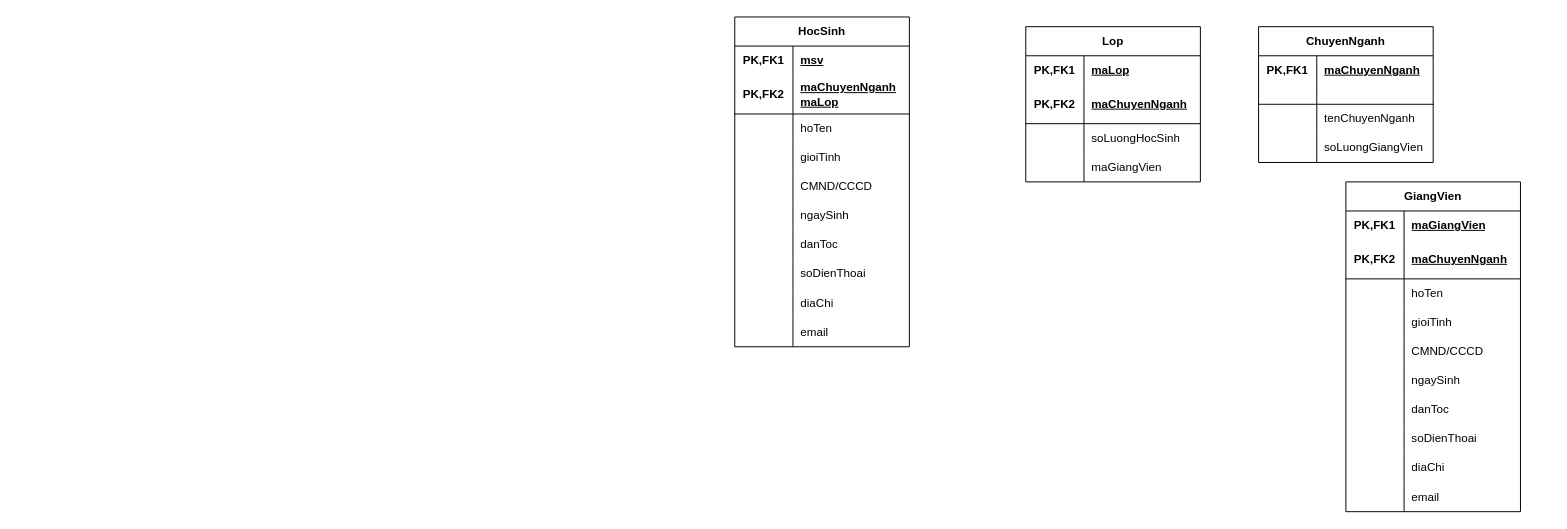
Earlier version of the draw.io diagram SoTaySV.drawio (minhanh9422/SoTaySV_UAD). Source tidied: cells renumbered, new cells numbered last; positions are measured from the earlier drawing's top-left corner, leaving out a move shared by most shapes. Both pictures are drawn from the tidied source at 97%, with x=0, y=0 at pixel (734, 16).
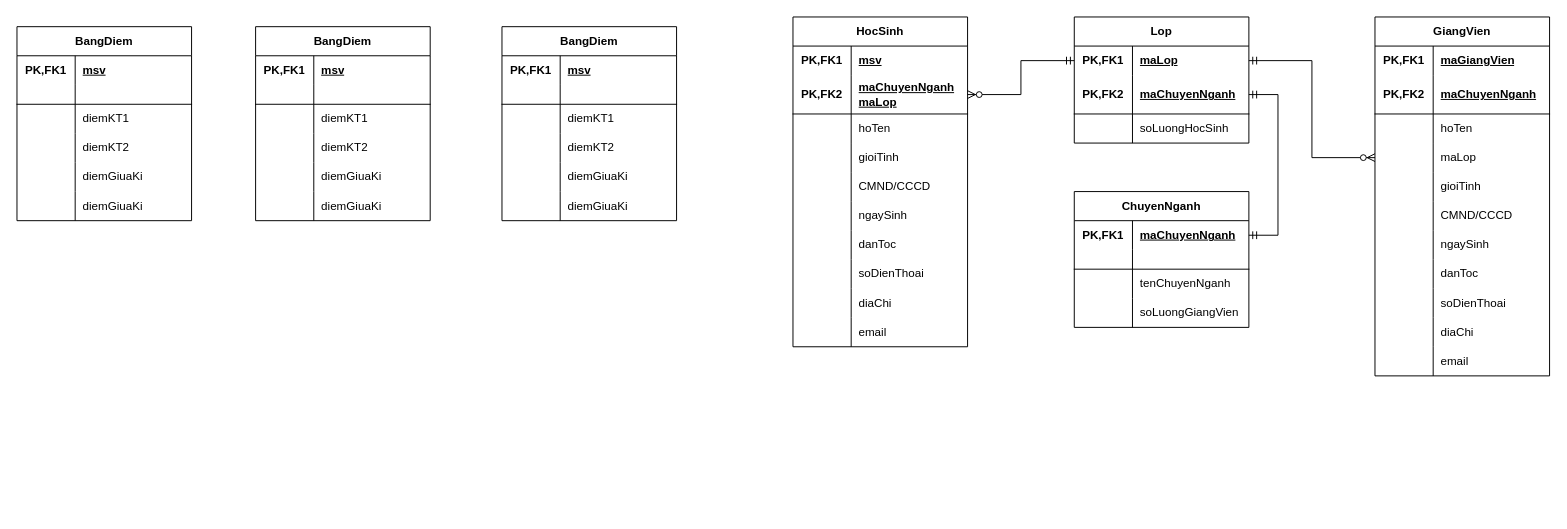
Above is the later version.

Unchanged cells that the change refers to:
```xml
<mxCell id="6" style="shape=tableRow;horizontal=0;startSize=0;swimlaneHead=0;swimlaneBody=0;fillColor=none;points=[[0,0.5],[1,0.5]];portConstraint=eastwest;top=0;left=0;right=0;bottom=1;html=1;" parent="2" vertex="1">
  <mxGeometry y="60" width="180" height="40" as="geometry" />
</mxCell>
<mxCell id="34" style="shape=tableRow;horizontal=0;startSize=0;swimlaneHead=0;swimlaneBody=0;fillColor=none;points=[[0,0.5],[1,0.5]];portConstraint=eastwest;top=0;left=0;right=0;bottom=0;html=1;" parent="33" vertex="1">
  <mxGeometry y="30" width="180" height="30" as="geometry" />
</mxCell>
<mxCell id="37" style="shape=tableRow;horizontal=0;startSize=0;swimlaneHead=0;swimlaneBody=0;fillColor=none;points=[[0,0.5],[1,0.5]];portConstraint=eastwest;top=0;left=0;right=0;bottom=1;html=1;" parent="33" vertex="1">
  <mxGeometry y="60" width="180" height="40" as="geometry" />
</mxCell>
<mxCell id="47" style="shape=tableRow;horizontal=0;startSize=0;swimlaneHead=0;swimlaneBody=0;fillColor=none;points=[[0,0.5],[1,0.5]];portConstraint=eastwest;top=0;left=0;right=0;bottom=0;html=1;" parent="46" vertex="1">
  <mxGeometry y="30" width="180" height="30" as="geometry" />
</mxCell>
```

The edit, as a diff of the source:
```diff
@@
     <mxCell id="2" value="HocSinh" style="shape=table;startSize=30;childLayout=tableLayout;rowLines=0;fontStyle=1;align=center;html=1;whiteSpace=wrap;" parent="1" vertex="1">
-      <mxGeometry width="180" height="340" as="geometry" />
+      <mxGeometry x="60" width="180" height="340" as="geometry" />
     </mxCell>
@@
     <mxCell id="33" value="Lop" style="shape=table;startSize=30;childLayout=tableLayout;rowLines=0;fontStyle=1;align=center;html=1;whiteSpace=wrap;" parent="1" vertex="1">
-      <mxGeometry x="300" y="10" width="180" height="160" as="geometry" />
+      <mxGeometry x="350" width="180" height="130" as="geometry" />
     </mxCell>
@@
-    <mxCell id="43" style="shape=tableRow;horizontal=0;startSize=0;swimlaneHead=0;swimlaneBody=0;fillColor=none;points=[[0,0.5],[1,0.5]];portConstraint=eastwest;top=0;left=0;right=0;bottom=0;html=1;" parent="33" vertex="1">
-      <mxGeometry y="130" width="180" height="30" as="geometry" />
-    </mxCell>
-    <mxCell id="44" style="shape=partialRectangle;fillColor=none;top=0;left=0;bottom=0;right=0;overflow=hidden;html=1;whiteSpace=wrap;" parent="43" vertex="1">
-      <mxGeometry width="60" height="30" as="geometry" />
-    </mxCell>
-    <mxCell id="45" value="&lt;span style=&quot;text-wrap-mode: nowrap;&quot;&gt;maGiangVien&lt;/span&gt;" style="shape=partialRectangle;fillColor=none;top=0;left=0;bottom=0;right=0;align=left;spacingLeft=6;overflow=hidden;html=1;whiteSpace=wrap;" parent="43" vertex="1">
-      <mxGeometry x="60" width="120" height="30" as="geometry" />
-    </mxCell>
     <mxCell id="46" value="ChuyenNganh" style="shape=table;startSize=30;childLayout=tableLayout;rowLines=0;fontStyle=1;align=center;html=1;whiteSpace=wrap;" parent="1" vertex="1">
-      <mxGeometry x="540" y="10" width="180" height="140" as="geometry" />
+      <mxGeometry x="350" y="180" width="180" height="140" as="geometry" />
     </mxCell>
@@
     <mxCell id="59" value="GiangVien" style="shape=table;startSize=30;childLayout=tableLayout;rowLines=0;fontStyle=1;align=center;html=1;whiteSpace=wrap;" parent="1" vertex="1">
-      <mxGeometry x="630" y="170" width="180" height="340" as="geometry" />
+      <mxGeometry x="660" width="180" height="370" as="geometry" />
     </mxCell>
@@
+    <mxCell id="43" style="shape=tableRow;horizontal=0;startSize=0;swimlaneHead=0;swimlaneBody=0;fillColor=none;points=[[0,0.5],[1,0.5]];portConstraint=eastwest;top=0;left=0;right=0;bottom=0;html=1;" parent="59" vertex="1">
+      <mxGeometry y="130" width="180" height="30" as="geometry" />
+    </mxCell>
+    <mxCell id="90" style="shape=partialRectangle;fillColor=none;top=0;left=0;bottom=0;right=0;overflow=hidden;html=1;whiteSpace=wrap;" parent="43" vertex="1">
+      <mxGeometry width="60" height="30" as="geometry" />
+    </mxCell>
+    <mxCell id="91" value="&lt;span style=&quot;text-wrap-mode: nowrap;&quot;&gt;maLop&lt;/span&gt;" style="shape=partialRectangle;fillColor=none;top=0;left=0;bottom=0;right=0;align=left;spacingLeft=6;overflow=hidden;html=1;whiteSpace=wrap;" parent="43" vertex="1">
+      <mxGeometry x="60" width="120" height="30" as="geometry" />
+    </mxCell>
     <mxCell id="69" style="shape=tableRow;horizontal=0;startSize=0;swimlaneHead=0;swimlaneBody=0;fillColor=none;top=0;left=0;right=0;bottom=0;html=1;" parent="59" vertex="1">
-      <mxGeometry y="130" width="180" height="30" as="geometry" />
+      <mxGeometry y="160" width="180" height="30" as="geometry" />
     </mxCell>
@@
     <mxCell id="72" style="shape=tableRow;horizontal=0;startSize=0;swimlaneHead=0;swimlaneBody=0;fillColor=none;top=0;left=0;right=0;bottom=0;html=1;" parent="59" vertex="1">
-      <mxGeometry y="160" width="180" height="30" as="geometry" />
+      <mxGeometry y="190" width="180" height="30" as="geometry" />
     </mxCell>
@@
     <mxCell id="75" style="shape=tableRow;horizontal=0;startSize=0;swimlaneHead=0;swimlaneBody=0;fillColor=none;top=0;left=0;right=0;bottom=0;html=1;" parent="59" vertex="1">
-      <mxGeometry y="190" width="180" height="30" as="geometry" />
+      <mxGeometry y="220" width="180" height="30" as="geometry" />
     </mxCell>
@@
     <mxCell id="78" style="shape=tableRow;horizontal=0;startSize=0;swimlaneHead=0;swimlaneBody=0;fillColor=none;top=0;left=0;right=0;bottom=0;html=1;" parent="59" vertex="1">
-      <mxGeometry y="220" width="180" height="30" as="geometry" />
+      <mxGeometry y="250" width="180" height="30" as="geometry" />
     </mxCell>
@@
     <mxCell id="81" style="shape=tableRow;horizontal=0;startSize=0;swimlaneHead=0;swimlaneBody=0;fillColor=none;top=0;left=0;right=0;bottom=0;html=1;" parent="59" vertex="1">
-      <mxGeometry y="250" width="180" height="30" as="geometry" />
+      <mxGeometry y="280" width="180" height="30" as="geometry" />
     </mxCell>
@@
     <mxCell id="84" style="shape=tableRow;horizontal=0;startSize=0;swimlaneHead=0;swimlaneBody=0;fillColor=none;top=0;left=0;right=0;bottom=0;html=1;" parent="59" vertex="1">
-      <mxGeometry y="280" width="180" height="30" as="geometry" />
+      <mxGeometry y="310" width="180" height="30" as="geometry" />
     </mxCell>
@@
     <mxCell id="87" style="shape=tableRow;horizontal=0;startSize=0;swimlaneHead=0;swimlaneBody=0;fillColor=none;top=0;left=0;right=0;bottom=0;html=1;" parent="59" vertex="1">
-      <mxGeometry y="310" width="180" height="30" as="geometry" />
+      <mxGeometry y="340" width="180" height="30" as="geometry" />
     </mxCell>
@@
+    <mxCell id="92" style="edgeStyle=orthogonalEdgeStyle;fontSize=12;html=1;endArrow=ERzeroToMany;startArrow=ERmandOne;rounded=0;" parent="1" edge="1" source="34" target="43">
+      <mxGeometry relative="1" as="geometry" />
+    </mxCell>
+    <mxCell id="93" style="edgeStyle=orthogonalEdgeStyle;fontSize=12;html=1;endArrow=ERzeroToMany;startArrow=ERmandOne;rounded=0;exitX=0;exitY=0.5;exitDx=0;exitDy=0;" parent="1" edge="1" source="34" target="6">
+      <mxGeometry relative="1" as="geometry" />
+    </mxCell>
+    <mxCell id="94" style="edgeStyle=entityRelationEdgeStyle;fontSize=12;html=1;endArrow=ERmandOne;startArrow=ERmandOne;rounded=0;exitX=1;exitY=0.5;exitDx=0;exitDy=0;entryX=1;entryY=0.5;entryDx=0;entryDy=0;" parent="1" edge="1" source="37" target="47">
+      <mxGeometry relative="1" as="geometry" />
+    </mxCell>
+    <mxCell id="95" value="BangDiem" style="shape=table;startSize=30;childLayout=tableLayout;rowLines=0;fontStyle=1;align=center;html=1;whiteSpace=wrap;" parent="1" vertex="1">
+      <mxGeometry x="-240" y="10" width="180" height="200" as="geometry" />
+    </mxCell>
+    <mxCell id="96" style="shape=tableRow;horizontal=0;startSize=0;swimlaneHead=0;swimlaneBody=0;fillColor=none;top=0;left=0;right=0;bottom=0;html=1;" parent="95" vertex="1">
+      <mxGeometry y="30" width="180" height="30" as="geometry" />
+    </mxCell>
+    <mxCell id="97" value="PK,FK1" style="shape=partialRectangle;fillColor=none;top=0;left=0;bottom=0;right=0;fontStyle=1;overflow=hidden;html=1;whiteSpace=wrap;" parent="96" vertex="1">
+      <mxGeometry width="60" height="30" as="geometry" />
+    </mxCell>
+    <mxCell id="98" value="msv" style="shape=partialRectangle;fillColor=none;top=0;left=0;bottom=0;right=0;align=left;spacingLeft=6;fontStyle=5;overflow=hidden;html=1;whiteSpace=wrap;" parent="96" vertex="1">
+      <mxGeometry x="60" width="120" height="30" as="geometry" />
+    </mxCell>
+    <mxCell id="99" style="shape=tableRow;horizontal=0;startSize=0;swimlaneHead=0;swimlaneBody=0;fillColor=none;top=0;left=0;right=0;bottom=1;html=1;" parent="95" vertex="1">
+      <mxGeometry y="60" width="180" height="20" as="geometry" />
+    </mxCell>
+    <mxCell id="100" style="shape=partialRectangle;fillColor=none;top=0;left=0;bottom=0;right=0;fontStyle=1;overflow=hidden;html=1;whiteSpace=wrap;" parent="99" vertex="1">
+      <mxGeometry width="60" height="20" as="geometry" />
+    </mxCell>
+    <mxCell id="101" style="shape=partialRectangle;fillColor=none;top=0;left=0;bottom=0;right=0;align=left;spacingLeft=6;fontStyle=5;overflow=hidden;html=1;whiteSpace=wrap;" parent="99" vertex="1">
+      <mxGeometry x="60" width="120" height="20" as="geometry" />
+    </mxCell>
+    <mxCell id="102" style="shape=tableRow;horizontal=0;startSize=0;swimlaneHead=0;swimlaneBody=0;fillColor=none;top=0;left=0;right=0;bottom=0;html=1;" parent="95" vertex="1">
+      <mxGeometry y="80" width="180" height="30" as="geometry" />
+    </mxCell>
+    <mxCell id="103" style="shape=partialRectangle;fillColor=none;top=0;left=0;bottom=0;right=0;overflow=hidden;html=1;whiteSpace=wrap;" parent="102" vertex="1">
+      <mxGeometry width="60" height="30" as="geometry" />
+    </mxCell>
+    <mxCell id="104" value="&lt;span style=&quot;text-wrap-mode: nowrap;&quot;&gt;diemKT1&lt;/span&gt;" style="shape=partialRectangle;fillColor=none;top=0;left=0;bottom=0;right=0;align=left;spacingLeft=6;overflow=hidden;html=1;whiteSpace=wrap;" parent="102" vertex="1">
+      <mxGeometry x="60" width="120" height="30" as="geometry" />
+    </mxCell>
+    <mxCell id="105" style="shape=tableRow;horizontal=0;startSize=0;swimlaneHead=0;swimlaneBody=0;fillColor=none;top=0;left=0;right=0;bottom=0;html=1;" parent="95" vertex="1">
+      <mxGeometry y="110" width="180" height="30" as="geometry" />
+    </mxCell>
+    <mxCell id="106" style="shape=partialRectangle;fillColor=none;top=0;left=0;bottom=0;right=0;overflow=hidden;html=1;whiteSpace=wrap;" parent="105" vertex="1">
+      <mxGeometry width="60" height="30" as="geometry" />
+    </mxCell>
+    <mxCell id="107" value="&lt;span style=&quot;text-wrap-mode: nowrap;&quot;&gt;diemKT2&lt;/span&gt;" style="shape=partialRectangle;fillColor=none;top=0;left=0;bottom=0;right=0;align=left;spacingLeft=6;overflow=hidden;html=1;whiteSpace=wrap;" parent="105" vertex="1">
+      <mxGeometry x="60" width="120" height="30" as="geometry" />
+    </mxCell>
+    <mxCell id="108" style="shape=tableRow;horizontal=0;startSize=0;swimlaneHead=0;swimlaneBody=0;fillColor=none;top=0;left=0;right=0;bottom=0;html=1;" parent="95" vertex="1">
+      <mxGeometry y="140" width="180" height="30" as="geometry" />
+    </mxCell>
+    <mxCell id="109" style="shape=partialRectangle;fillColor=none;top=0;left=0;bottom=0;right=0;overflow=hidden;html=1;whiteSpace=wrap;" parent="108" vertex="1">
+      <mxGeometry width="60" height="30" as="geometry" />
+    </mxCell>
+    <mxCell id="110" value="&lt;span style=&quot;text-wrap-mode: nowrap;&quot;&gt;diemGiuaKi&lt;/span&gt;" style="shape=partialRectangle;fillColor=none;top=0;left=0;bottom=0;right=0;align=left;spacingLeft=6;overflow=hidden;html=1;whiteSpace=wrap;" parent="108" vertex="1">
+      <mxGeometry x="60" width="120" height="30" as="geometry" />
+    </mxCell>
+    <mxCell id="111" style="shape=tableRow;horizontal=0;startSize=0;swimlaneHead=0;swimlaneBody=0;fillColor=none;top=0;left=0;right=0;bottom=0;html=1;" parent="95" vertex="1">
+      <mxGeometry y="170" width="180" height="30" as="geometry" />
+    </mxCell>
+    <mxCell id="112" style="shape=partialRectangle;fillColor=none;top=0;left=0;bottom=0;right=0;overflow=hidden;html=1;whiteSpace=wrap;" parent="111" vertex="1">
+      <mxGeometry width="60" height="30" as="geometry" />
+    </mxCell>
+    <mxCell id="113" value="&lt;span style=&quot;text-wrap-mode: nowrap;&quot;&gt;diemGiuaKi&lt;/span&gt;" style="shape=partialRectangle;fillColor=none;top=0;left=0;bottom=0;right=0;align=left;spacingLeft=6;overflow=hidden;html=1;whiteSpace=wrap;" parent="111" vertex="1">
+      <mxGeometry x="60" width="120" height="30" as="geometry" />
+    </mxCell>
+    <mxCell id="114" value="BangDiem" style="shape=table;startSize=30;childLayout=tableLayout;rowLines=0;fontStyle=1;align=center;html=1;whiteSpace=wrap;" parent="1" vertex="1">
+      <mxGeometry x="-494" y="10" width="180" height="200" as="geometry" />
+    </mxCell>
+    <mxCell id="115" style="shape=tableRow;horizontal=0;startSize=0;swimlaneHead=0;swimlaneBody=0;fillColor=none;top=0;left=0;right=0;bottom=0;html=1;" parent="114" vertex="1">
+      <mxGeometry y="30" width="180" height="30" as="geometry" />
+    </mxCell>
+    <mxCell id="116" value="PK,FK1" style="shape=partialRectangle;fillColor=none;top=0;left=0;bottom=0;right=0;fontStyle=1;overflow=hidden;html=1;whiteSpace=wrap;" parent="115" vertex="1">
+      <mxGeometry width="60" height="30" as="geometry" />
+    </mxCell>
+    <mxCell id="117" value="msv" style="shape=partialRectangle;fillColor=none;top=0;left=0;bottom=0;right=0;align=left;spacingLeft=6;fontStyle=5;overflow=hidden;html=1;whiteSpace=wrap;" parent="115" vertex="1">
+      <mxGeometry x="60" width="120" height="30" as="geometry" />
+    </mxCell>
+    <mxCell id="118" style="shape=tableRow;horizontal=0;startSize=0;swimlaneHead=0;swimlaneBody=0;fillColor=none;top=0;left=0;right=0;bottom=1;html=1;" parent="114" vertex="1">
+      <mxGeometry y="60" width="180" height="20" as="geometry" />
+    </mxCell>
+    <mxCell id="119" style="shape=partialRectangle;fillColor=none;top=0;left=0;bottom=0;right=0;fontStyle=1;overflow=hidden;html=1;whiteSpace=wrap;" parent="118" vertex="1">
+      <mxGeometry width="60" height="20" as="geometry" />
+    </mxCell>
+    <mxCell id="120" style="shape=partialRectangle;fillColor=none;top=0;left=0;bottom=0;right=0;align=left;spacingLeft=6;fontStyle=5;overflow=hidden;html=1;whiteSpace=wrap;" parent="118" vertex="1">
+      <mxGeometry x="60" width="120" height="20" as="geometry" />
+    </mxCell>
+    <mxCell id="121" style="shape=tableRow;horizontal=0;startSize=0;swimlaneHead=0;swimlaneBody=0;fillColor=none;top=0;left=0;right=0;bottom=0;html=1;" parent="114" vertex="1">
+      <mxGeometry y="80" width="180" height="30" as="geometry" />
+    </mxCell>
+    <mxCell id="122" style="shape=partialRectangle;fillColor=none;top=0;left=0;bottom=0;right=0;overflow=hidden;html=1;whiteSpace=wrap;" parent="121" vertex="1">
+      <mxGeometry width="60" height="30" as="geometry" />
+    </mxCell>
+    <mxCell id="123" value="&lt;span style=&quot;text-wrap-mode: nowrap;&quot;&gt;diemKT1&lt;/span&gt;" style="shape=partialRectangle;fillColor=none;top=0;left=0;bottom=0;right=0;align=left;spacingLeft=6;overflow=hidden;html=1;whiteSpace=wrap;" parent="121" vertex="1">
+      <mxGeometry x="60" width="120" height="30" as="geometry" />
+    </mxCell>
+    <mxCell id="124" style="shape=tableRow;horizontal=0;startSize=0;swimlaneHead=0;swimlaneBody=0;fillColor=none;top=0;left=0;right=0;bottom=0;html=1;" parent="114" vertex="1">
+      <mxGeometry y="110" width="180" height="30" as="geometry" />
+    </mxCell>
+    <mxCell id="125" style="shape=partialRectangle;fillColor=none;top=0;left=0;bottom=0;right=0;overflow=hidden;html=1;whiteSpace=wrap;" parent="124" vertex="1">
+      <mxGeometry width="60" height="30" as="geometry" />
+    </mxCell>
+    <mxCell id="126" value="&lt;span style=&quot;text-wrap-mode: nowrap;&quot;&gt;diemKT2&lt;/span&gt;" style="shape=partialRectangle;fillColor=none;top=0;left=0;bottom=0;right=0;align=left;spacingLeft=6;overflow=hidden;html=1;whiteSpace=wrap;" parent="124" vertex="1">
+      <mxGeometry x="60" width="120" height="30" as="geometry" />
+    </mxCell>
+    <mxCell id="127" style="shape=tableRow;horizontal=0;startSize=0;swimlaneHead=0;swimlaneBody=0;fillColor=none;top=0;left=0;right=0;bottom=0;html=1;" parent="114" vertex="1">
+      <mxGeometry y="140" width="180" height="30" as="geometry" />
+    </mxCell>
+    <mxCell id="128" style="shape=partialRectangle;fillColor=none;top=0;left=0;bottom=0;right=0;overflow=hidden;html=1;whiteSpace=wrap;" parent="127" vertex="1">
+      <mxGeometry width="60" height="30" as="geometry" />
+    </mxCell>
+    <mxCell id="129" value="&lt;span style=&quot;text-wrap-mode: nowrap;&quot;&gt;diemGiuaKi&lt;/span&gt;" style="shape=partialRectangle;fillColor=none;top=0;left=0;bottom=0;right=0;align=left;spacingLeft=6;overflow=hidden;html=1;whiteSpace=wrap;" parent="127" vertex="1">
+      <mxGeometry x="60" width="120" height="30" as="geometry" />
+    </mxCell>
+    <mxCell id="130" style="shape=tableRow;horizontal=0;startSize=0;swimlaneHead=0;swimlaneBody=0;fillColor=none;top=0;left=0;right=0;bottom=0;html=1;" parent="114" vertex="1">
+      <mxGeometry y="170" width="180" height="30" as="geometry" />
+    </mxCell>
+    <mxCell id="131" style="shape=partialRectangle;fillColor=none;top=0;left=0;bottom=0;right=0;overflow=hidden;html=1;whiteSpace=wrap;" parent="130" vertex="1">
+      <mxGeometry width="60" height="30" as="geometry" />
+    </mxCell>
+    <mxCell id="132" value="&lt;span style=&quot;text-wrap-mode: nowrap;&quot;&gt;diemGiuaKi&lt;/span&gt;" style="shape=partialRectangle;fillColor=none;top=0;left=0;bottom=0;right=0;align=left;spacingLeft=6;overflow=hidden;html=1;whiteSpace=wrap;" parent="130" vertex="1">
+      <mxGeometry x="60" width="120" height="30" as="geometry" />
+    </mxCell>
+    <mxCell id="133" value="BangDiem" style="shape=table;startSize=30;childLayout=tableLayout;rowLines=0;fontStyle=1;align=center;html=1;whiteSpace=wrap;" parent="1" vertex="1">
+      <mxGeometry x="-740" y="10" width="180" height="200" as="geometry" />
+    </mxCell>
+    <mxCell id="134" style="shape=tableRow;horizontal=0;startSize=0;swimlaneHead=0;swimlaneBody=0;fillColor=none;top=0;left=0;right=0;bottom=0;html=1;" parent="133" vertex="1">
+      <mxGeometry y="30" width="180" height="30" as="geometry" />
+    </mxCell>
+    <mxCell id="135" value="PK,FK1" style="shape=partialRectangle;fillColor=none;top=0;left=0;bottom=0;right=0;fontStyle=1;overflow=hidden;html=1;whiteSpace=wrap;" parent="134" vertex="1">
+      <mxGeometry width="60" height="30" as="geometry" />
+    </mxCell>
+    <mxCell id="136" value="msv" style="shape=partialRectangle;fillColor=none;top=0;left=0;bottom=0;right=0;align=left;spacingLeft=6;fontStyle=5;overflow=hidden;html=1;whiteSpace=wrap;" parent="134" vertex="1">
+      <mxGeometry x="60" width="120" height="30" as="geometry" />
+    </mxCell>
+    <mxCell id="137" style="shape=tableRow;horizontal=0;startSize=0;swimlaneHead=0;swimlaneBody=0;fillColor=none;top=0;left=0;right=0;bottom=1;html=1;" parent="133" vertex="1">
+      <mxGeometry y="60" width="180" height="20" as="geometry" />
+    </mxCell>
+    <mxCell id="138" style="shape=partialRectangle;fillColor=none;top=0;left=0;bottom=0;right=0;fontStyle=1;overflow=hidden;html=1;whiteSpace=wrap;" parent="137" vertex="1">
+      <mxGeometry width="60" height="20" as="geometry" />
+    </mxCell>
+    <mxCell id="139" style="shape=partialRectangle;fillColor=none;top=0;left=0;bottom=0;right=0;align=left;spacingLeft=6;fontStyle=5;overflow=hidden;html=1;whiteSpace=wrap;" parent="137" vertex="1">
+      <mxGeometry x="60" width="120" height="20" as="geometry" />
+    </mxCell>
+    <mxCell id="140" style="shape=tableRow;horizontal=0;startSize=0;swimlaneHead=0;swimlaneBody=0;fillColor=none;top=0;left=0;right=0;bottom=0;html=1;" parent="133" vertex="1">
+      <mxGeometry y="80" width="180" height="30" as="geometry" />
+    </mxCell>
+    <mxCell id="141" style="shape=partialRectangle;fillColor=none;top=0;left=0;bottom=0;right=0;overflow=hidden;html=1;whiteSpace=wrap;" parent="140" vertex="1">
+      <mxGeometry width="60" height="30" as="geometry" />
+    </mxCell>
+    <mxCell id="142" value="&lt;span style=&quot;text-wrap-mode: nowrap;&quot;&gt;diemKT1&lt;/span&gt;" style="shape=partialRectangle;fillColor=none;top=0;left=0;bottom=0;right=0;align=left;spacingLeft=6;overflow=hidden;html=1;whiteSpace=wrap;" parent="140" vertex="1">
+      <mxGeometry x="60" width="120" height="30" as="geometry" />
+    </mxCell>
+    <mxCell id="143" style="shape=tableRow;horizontal=0;startSize=0;swimlaneHead=0;swimlaneBody=0;fillColor=none;top=0;left=0;right=0;bottom=0;html=1;" parent="133" vertex="1">
+      <mxGeometry y="110" width="180" height="30" as="geometry" />
+    </mxCell>
+    <mxCell id="144" style="shape=partialRectangle;fillColor=none;top=0;left=0;bottom=0;right=0;overflow=hidden;html=1;whiteSpace=wrap;" parent="143" vertex="1">
+      <mxGeometry width="60" height="30" as="geometry" />
+    </mxCell>
+    <mxCell id="145" value="&lt;span style=&quot;text-wrap-mode: nowrap;&quot;&gt;diemKT2&lt;/span&gt;" style="shape=partialRectangle;fillColor=none;top=0;left=0;bottom=0;right=0;align=left;spacingLeft=6;overflow=hidden;html=1;whiteSpace=wrap;" parent="143" vertex="1">
+      <mxGeometry x="60" width="120" height="30" as="geometry" />
+    </mxCell>
+    <mxCell id="146" style="shape=tableRow;horizontal=0;startSize=0;swimlaneHead=0;swimlaneBody=0;fillColor=none;top=0;left=0;right=0;bottom=0;html=1;" parent="133" vertex="1">
+      <mxGeometry y="140" width="180" height="30" as="geometry" />
+    </mxCell>
+    <mxCell id="147" style="shape=partialRectangle;fillColor=none;top=0;left=0;bottom=0;right=0;overflow=hidden;html=1;whiteSpace=wrap;" parent="146" vertex="1">
+      <mxGeometry width="60" height="30" as="geometry" />
+    </mxCell>
+    <mxCell id="148" value="&lt;span style=&quot;text-wrap-mode: nowrap;&quot;&gt;diemGiuaKi&lt;/span&gt;" style="shape=partialRectangle;fillColor=none;top=0;left=0;bottom=0;right=0;align=left;spacingLeft=6;overflow=hidden;html=1;whiteSpace=wrap;" parent="146" vertex="1">
+      <mxGeometry x="60" width="120" height="30" as="geometry" />
+    </mxCell>
+    <mxCell id="149" style="shape=tableRow;horizontal=0;startSize=0;swimlaneHead=0;swimlaneBody=0;fillColor=none;top=0;left=0;right=0;bottom=0;html=1;" parent="133" vertex="1">
+      <mxGeometry y="170" width="180" height="30" as="geometry" />
+    </mxCell>
+    <mxCell id="150" style="shape=partialRectangle;fillColor=none;top=0;left=0;bottom=0;right=0;overflow=hidden;html=1;whiteSpace=wrap;" parent="149" vertex="1">
+      <mxGeometry width="60" height="30" as="geometry" />
+    </mxCell>
+    <mxCell id="151" value="&lt;span style=&quot;text-wrap-mode: nowrap;&quot;&gt;diemGiuaKi&lt;/span&gt;" style="shape=partialRectangle;fillColor=none;top=0;left=0;bottom=0;right=0;align=left;spacingLeft=6;overflow=hidden;html=1;whiteSpace=wrap;" parent="149" vertex="1">
+      <mxGeometry x="60" width="120" height="30" as="geometry" />
+    </mxCell>
```
